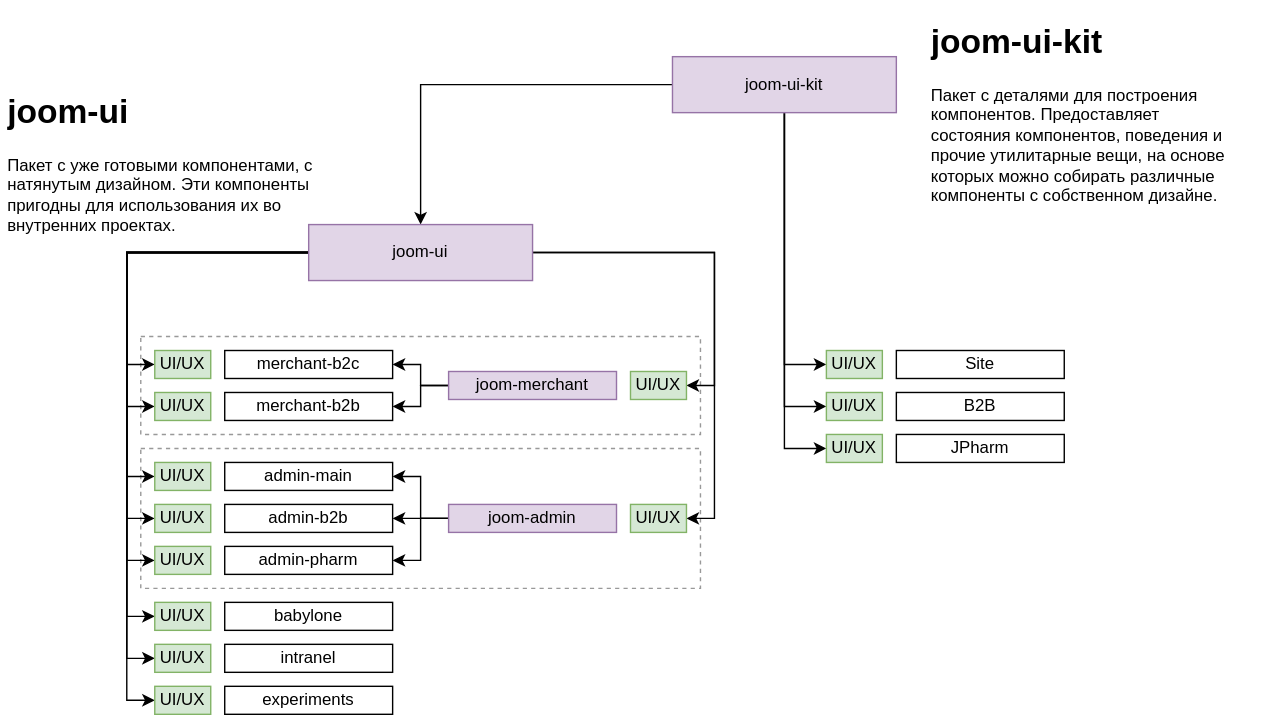
Earlier version of the draw.io export design-system-2.svg (ajile/draw-io). Source tidied: cells renumbered, new cells last; positions are measured from the earlier drawing's top-left corner, leaving out a move shared by most shapes.
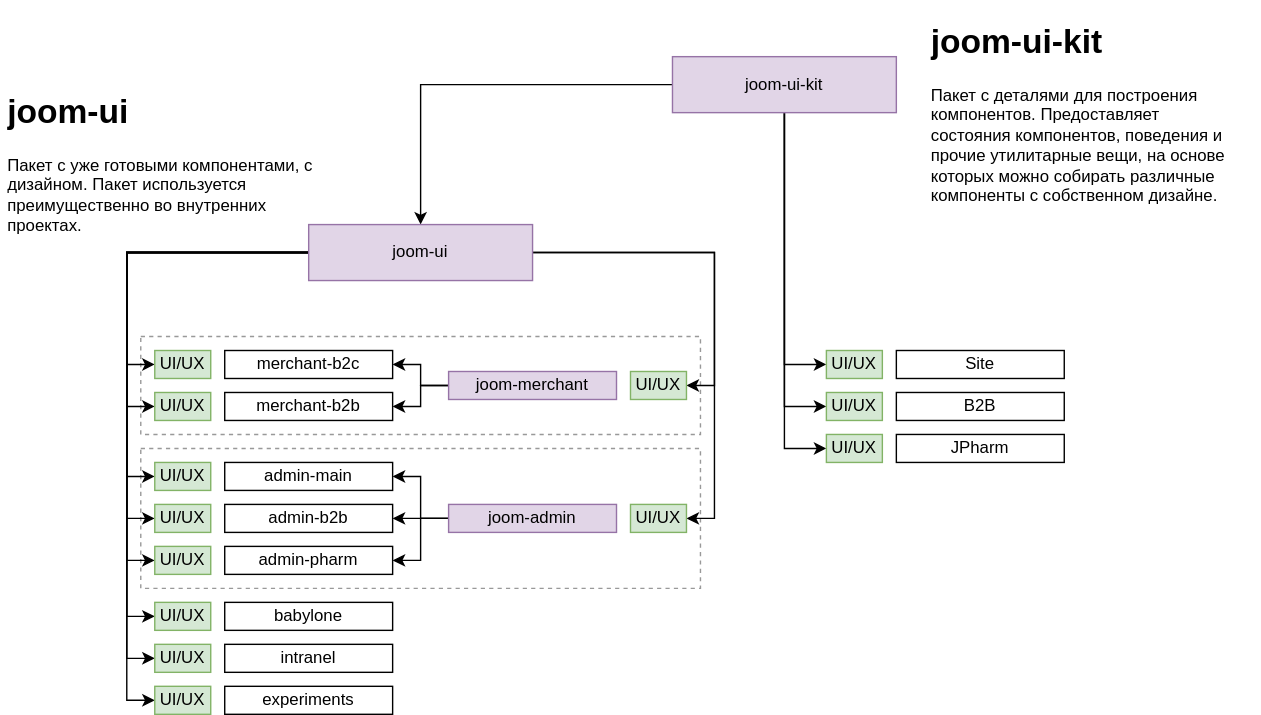
Later version of the same file.

Change to the diagram source:
```diff
@@ -152,7 +152,7 @@
     <mxCell id="51" value="&lt;h1&gt;joom-ui-kit&lt;/h1&gt;&lt;p&gt;Пакет с деталями для построения компонентов. Предоставляет состояния&amp;nbsp;компонентов, поведения и прочие утилитарные вещи, на основе которых можно собирать различные компоненты с собственном дизайне.&lt;/p&gt;" style="text;html=1;strokeColor=none;fillColor=none;spacing=5;spacingTop=-20;whiteSpace=wrap;overflow=hidden;rounded=0;dashed=1;" parent="1" vertex="1">
       <mxGeometry x="660" width="240" height="140" as="geometry" />
     </mxCell>
-    <mxCell id="52" value="&lt;h1&gt;joom-ui&lt;/h1&gt;&lt;p&gt;Пакет с уже готовыми компонентами, с натянутым дизайном. Эти компоненты пригодны для использования их во внутренних проектах.&lt;/p&gt;" style="text;html=1;strokeColor=none;fillColor=none;spacing=5;spacingTop=-20;whiteSpace=wrap;overflow=hidden;rounded=0;dashed=1;" parent="1" vertex="1">
+    <mxCell id="52" value="&lt;h1&gt;joom-ui&lt;/h1&gt;&lt;p&gt;Пакет с уже готовыми компонентами, с дизайном. Пакет используется преимущественно во внутренних проектах.&lt;/p&gt;" style="text;html=1;strokeColor=none;fillColor=none;spacing=5;spacingTop=-20;whiteSpace=wrap;overflow=hidden;rounded=0;dashed=1;" parent="1" vertex="1">
       <mxGeometry y="50" width="240" height="120" as="geometry" />
     </mxCell>
   </root>
```
